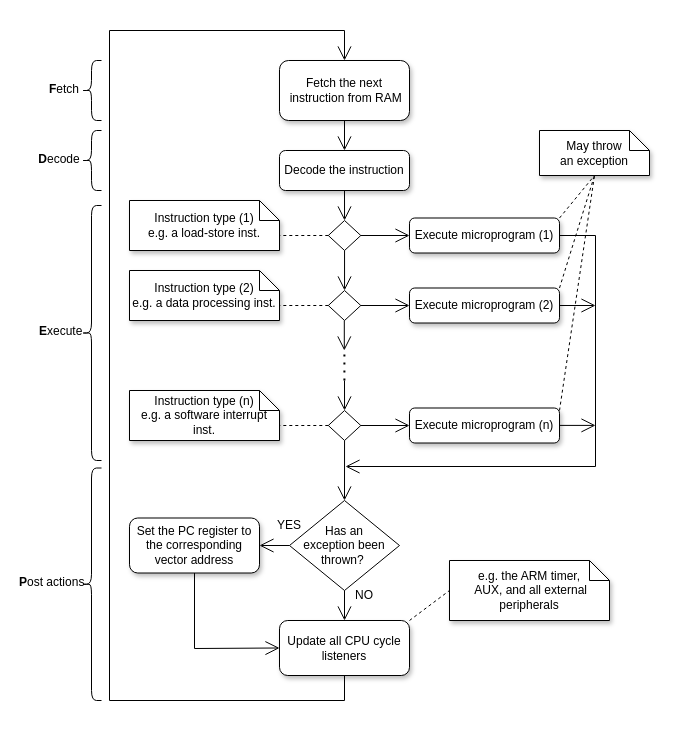
Before: docs/diagrams/core/cpu_core.drawio in silhavyj/ZeroMate, a draw.io diagram. Source tidied: cells renumbered, new cells numbered last; positions are measured from the earlier drawing's top-left corner, leaving out a move shared by most shapes. Both pictures are drawn from the tidied source at 100%, with x=0, y=0 at pixel (17, 30).
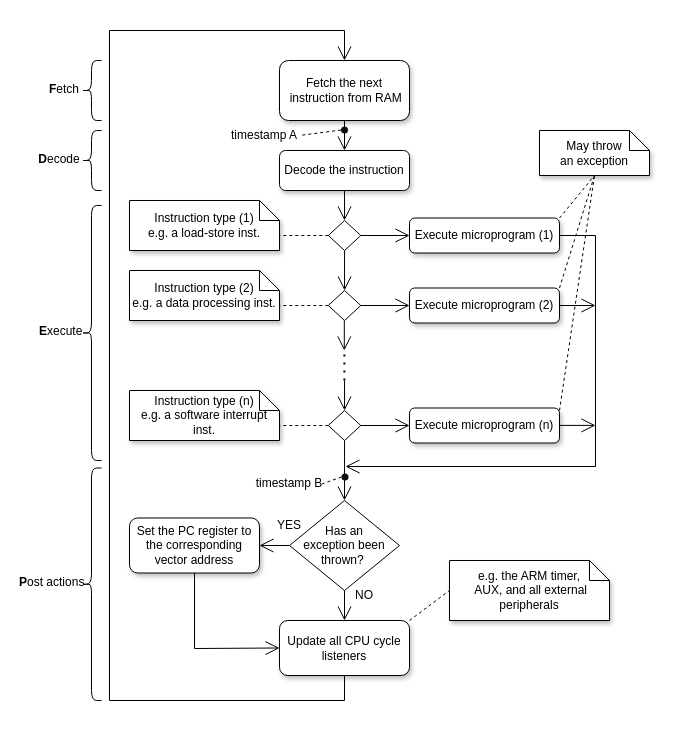
The same diagram, later.

What changed in the source:
```diff
@@
+    <mxCell id="52" value="timestamp A" style="text;html=1;strokeColor=none;fillColor=none;align=center;verticalAlign=middle;whiteSpace=wrap;rounded=0;fontFamily=Computer Modern;" parent="1" vertex="1">
+      <mxGeometry x="212" y="95" width="70" height="20" as="geometry" />
+    </mxCell>
+    <mxCell id="53" style="ellipse;whiteSpace=wrap;html=1;strokeColor=none;fillColor=#0D0D0D;" parent="1" vertex="1">
+      <mxGeometry x="323.5" y="96" width="7" height="7" as="geometry" />
+    </mxCell>
+    <mxCell id="54" style="endArrow=none;dashed=1;html=1;rounded=0;exitX=0;exitY=0.5;exitDx=0;exitDy=0;entryX=1;entryY=0.5;entryDx=0;entryDy=0;" parent="1" edge="1" source="53" target="52">
+      <mxGeometry relative="1" as="geometry" />
+    </mxCell>
+    <mxCell id="55" style="ellipse;whiteSpace=wrap;html=1;strokeColor=none;fillColor=#0D0D0D;" parent="1" vertex="1">
+      <mxGeometry x="324" y="443" width="7" height="7" as="geometry" />
+    </mxCell>
+    <mxCell id="56" value="timestamp B" style="text;html=1;strokeColor=none;fillColor=none;align=center;verticalAlign=middle;whiteSpace=wrap;rounded=0;fontFamily=Computer Modern;" parent="1" vertex="1">
+      <mxGeometry x="237" y="443" width="70" height="20" as="geometry" />
+    </mxCell>
+    <mxCell id="57" style="endArrow=none;dashed=1;html=1;rounded=0;exitX=0;exitY=0.5;exitDx=0;exitDy=0;entryX=0.968;entryY=0.518;entryDx=0;entryDy=0;entryPerimeter=0;" parent="1" edge="1" source="55" target="56">
+      <mxGeometry relative="1" as="geometry" />
+    </mxCell>
```
